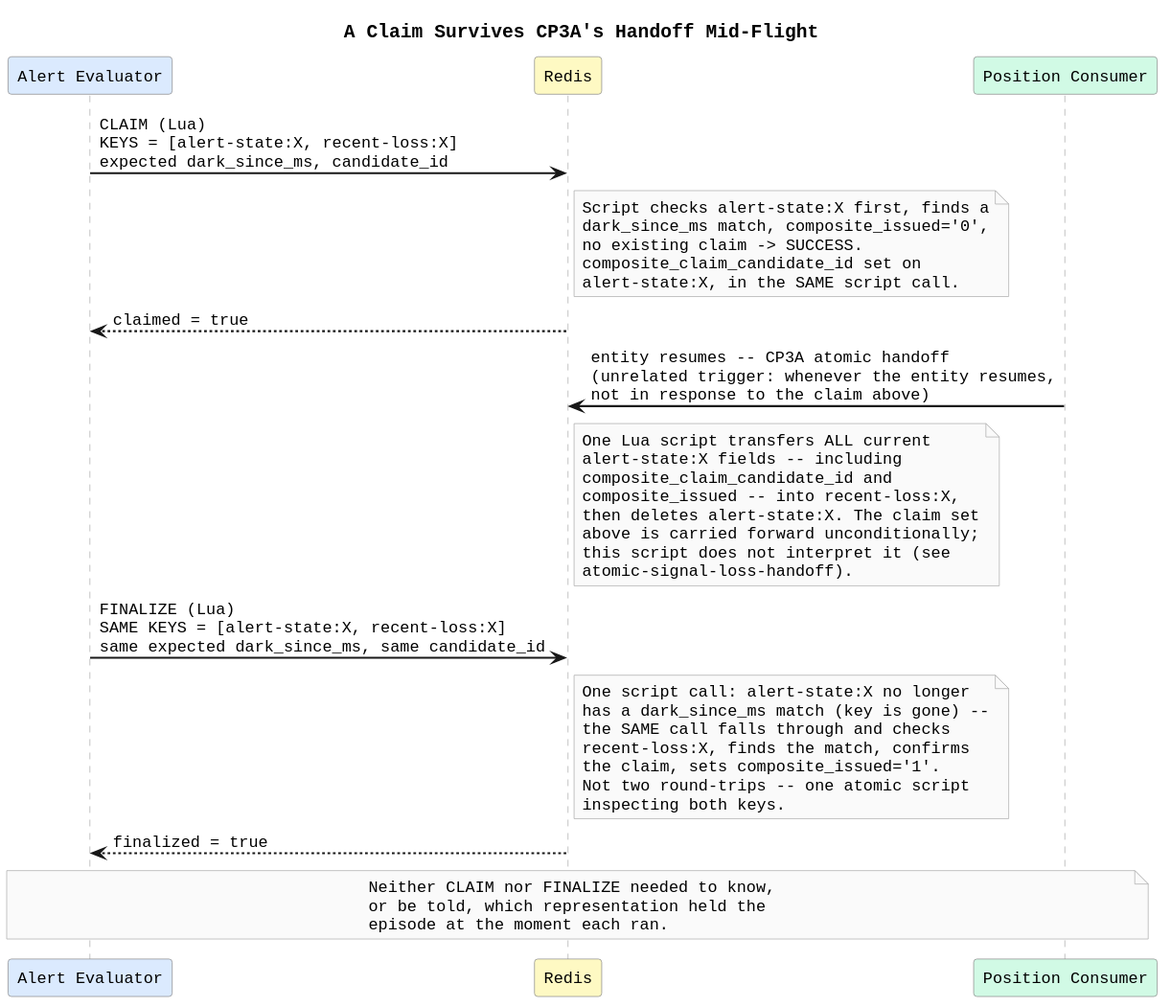
The PlantUML diagram diagrams/docs/implementation/phase-06-composite-correlation/concepts/composite-episode-claim/claim-survives-handoff.svg in Buffden/sentinel, before a commit. Its diagram source:
```plantuml
@startuml
title A Claim Survives CP3A's Handoff Mid-Flight

skinparam defaultFontName Monospaced
skinparam defaultFontSize 12
skinparam sequenceArrowThickness 1.5
skinparam sequenceParticipantBorderColor #888888
skinparam sequenceLifeLineBorderColor #AAAAAA
skinparam noteBorderColor #AAAAAA
skinparam noteBackgroundColor #FAFAFA
skinparam sequenceGroupBorderColor #CCCCCC
skinparam sequenceGroupBodyBackgroundColor #FAFAFA

participant "Alert Evaluator" as AE #DBEAFE
participant "Redis" as R #FEF9C3
participant "Position Consumer" as PC #D1FAE5

AE -> R : CLAIM (Lua)\nKEYS = [alert-state:X, recent-loss:X]\nexpected dark_since_ms, candidate_id

note right of R
  Script checks alert-state:X first, finds a
  dark_since_ms match, composite_issued='0',
  no existing claim -> SUCCESS.
  composite_claim_candidate_id set on
  alert-state:X, in the SAME script call.
end note
R --> AE : claimed = true

PC -> R : entity resumes -- CP3A atomic handoff\n(unrelated trigger: whenever the entity resumes,\nnot in response to the claim above)

note right of R
  One Lua script transfers ALL current
  alert-state:X fields -- including
  composite_claim_candidate_id and
  composite_issued -- into recent-loss:X,
  then deletes alert-state:X. The claim set
  above is carried forward unconditionally;
  this script does not interpret it (see
  atomic-signal-loss-handoff).
end note

AE -> R : FINALIZE (Lua)\nSAME KEYS = [alert-state:X, recent-loss:X]\nsame expected dark_since_ms, same candidate_id

note right of R
  One script call: alert-state:X no longer
  has a dark_since_ms match (key is gone) --
  the SAME call falls through and checks
  recent-loss:X, finds the match, confirms
  the claim, sets composite_issued='1'.
  Not two round-trips -- one atomic script
  inspecting both keys.
end note
R --> AE : finalized = true

note over AE, PC
  Neither CLAIM nor FINALIZE needed to know,
  or be told, which representation held the
  episode at the moment each ran.
end note
@enduml
```
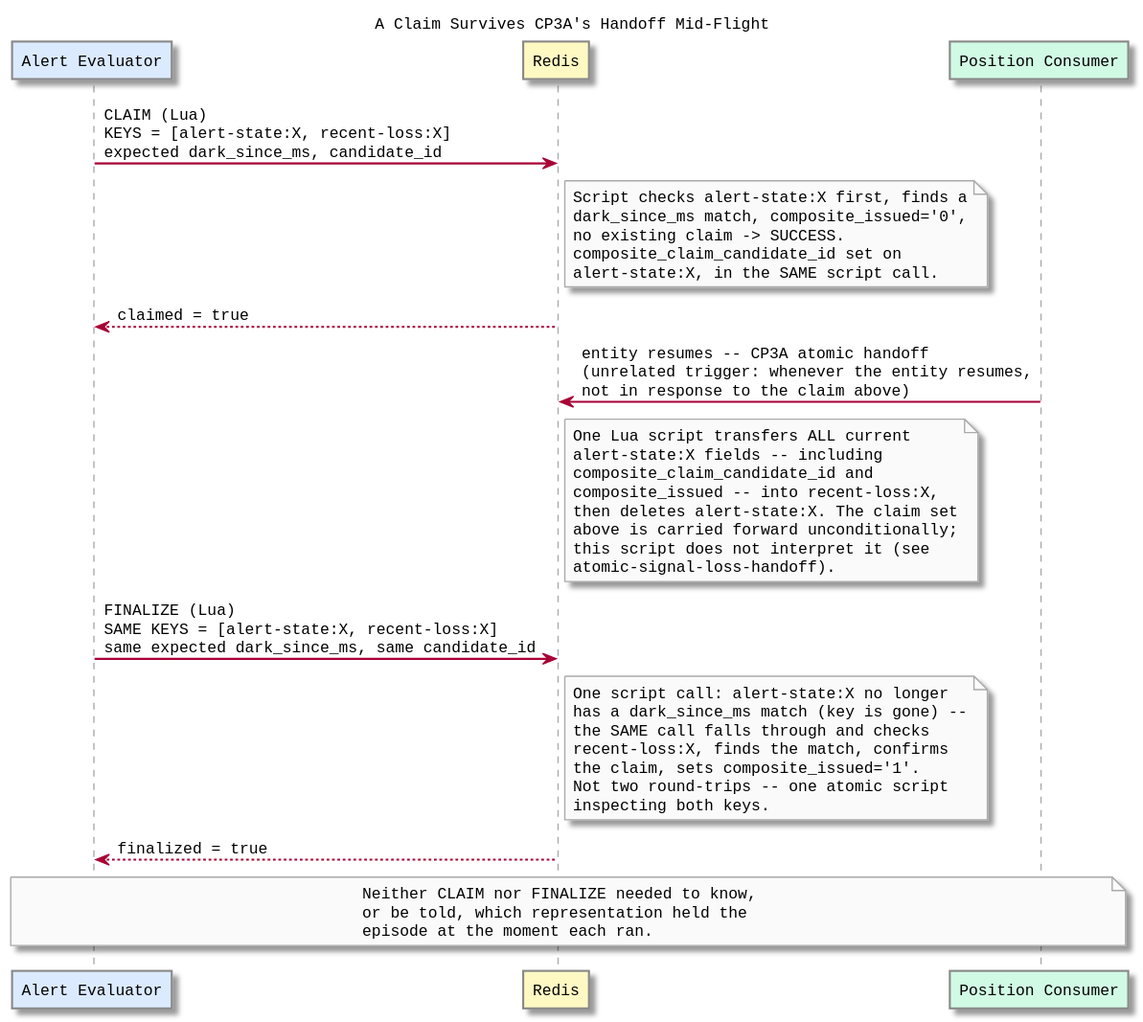
Later version of the same file.

The edit, as a diff of the source:
```diff
@@ -1,4 +1,4 @@
-@startuml
+@startuml claim-survives-handoff
 title A Claim Survives CP3A's Handoff Mid-Flight
 
 skinparam defaultFontName Monospaced
@@ -57,4 +57,5 @@
   or be told, which representation held the
   episode at the moment each ran.
 end note
+
 @enduml
```
